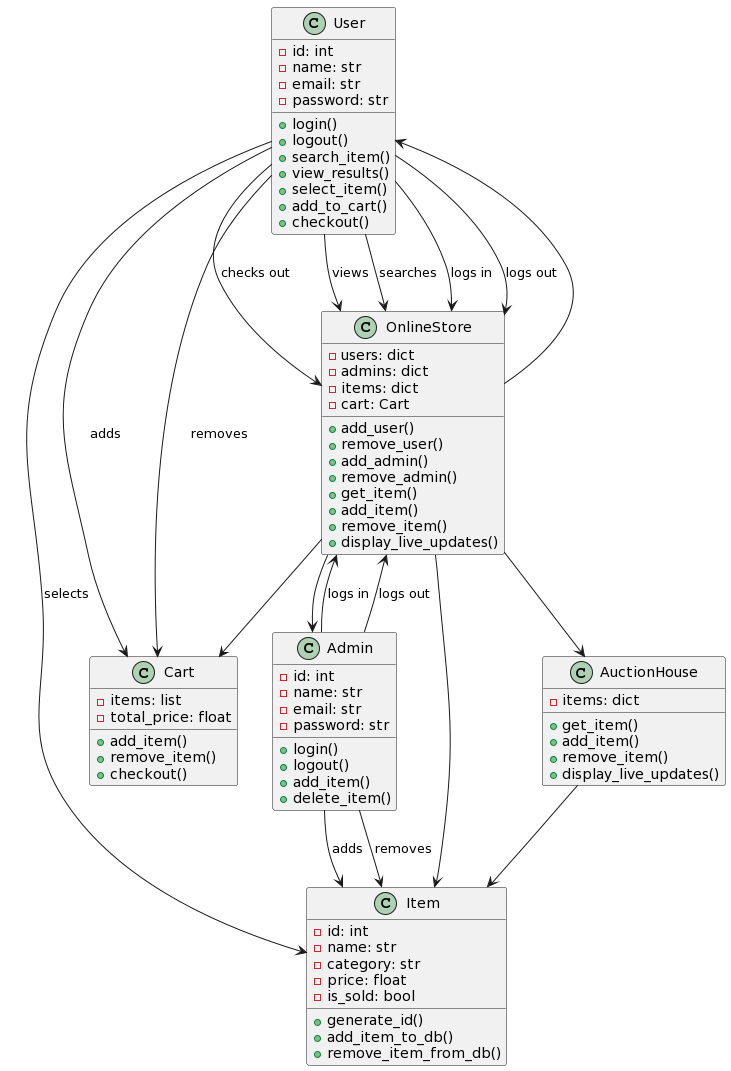
dongyiu/Online_Store keeps this PlantUML diagram as UML_Diagrams/class_diagram.png. Above is the earlier version.
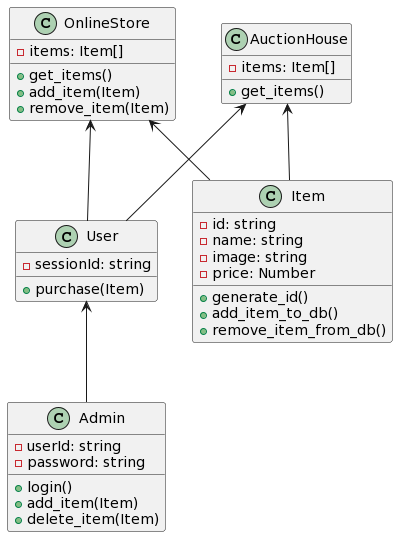
Above is the later version.

What changed in the source:
```diff
@@ -1,87 +1,43 @@
 @startuml
 class User {
-    -id: int
-    -name: str
-    -email: str
-    -password: str
-    +login()
-    +logout()
-    +search_item()
-    +view_results()
-    +select_item()
-    +add_to_cart()
-    +checkout()
+    -sessionId: string
+    +purchase(Item)
 }
 
 class Admin {
-    -id: int
-    -name: str
-    -email: str
-    -password: str
+    -userId: string
+    -password: string
     +login()
-    +logout()
-    +add_item()
-    +delete_item()
+    +add_item(Item)
+    +delete_item(Item)
 }
 
 class Item {
-    -id: int
-    -name: str
-    -category: str
-    -price: float
-    -is_sold: bool
+    -id: string
+    -name: string
+    -image: string
+    -price: Number
     +generate_id()
     +add_item_to_db()
     +remove_item_from_db()
 }
 
-class Cart {
-    -items: list
-    -total_price: float
-    +add_item()
-    +remove_item()
-    +checkout()
-}
 
 class OnlineStore {
-    -users: dict
-    -admins: dict
-    -items: dict
-    -cart: Cart
-    +add_user()
-    +remove_user()
-    +add_admin()
-    +remove_admin()
-    +get_item()
-    +add_item()
-    +remove_item()
-    +display_live_updates()
+    -items: Item[]
+    +get_items()
+    +add_item(Item)
+    +remove_item(Item)
 }
 
 class AuctionHouse {
-    -items: dict
-    +get_item()
-    +add_item()
-    +remove_item()
-    +display_live_updates()
+    -items: Item[]
+    +get_items()
 }
 
-User --> Item: selects
-User --> Cart: adds
-User --> Cart: removes
-User --> OnlineStore: checks out
-User --> OnlineStore: views
-User --> OnlineStore: searches
-User --> OnlineStore: logs in
-User --> OnlineStore: logs out
-Admin --> Item: adds
-Admin --> Item: removes
-Admin --> OnlineStore: logs in
-Admin --> OnlineStore: logs out
-OnlineStore --> User
-OnlineStore --> Admin
-OnlineStore --> Item
-OnlineStore --> Cart
-OnlineStore --> AuctionHouse
-AuctionHouse --> Item
+User <-- Admin
+AuctionHouse <-- User
+OnlineStore <-- User
+AuctionHouse <-- Item
+OnlineStore <-- Item
 @enduml
```
